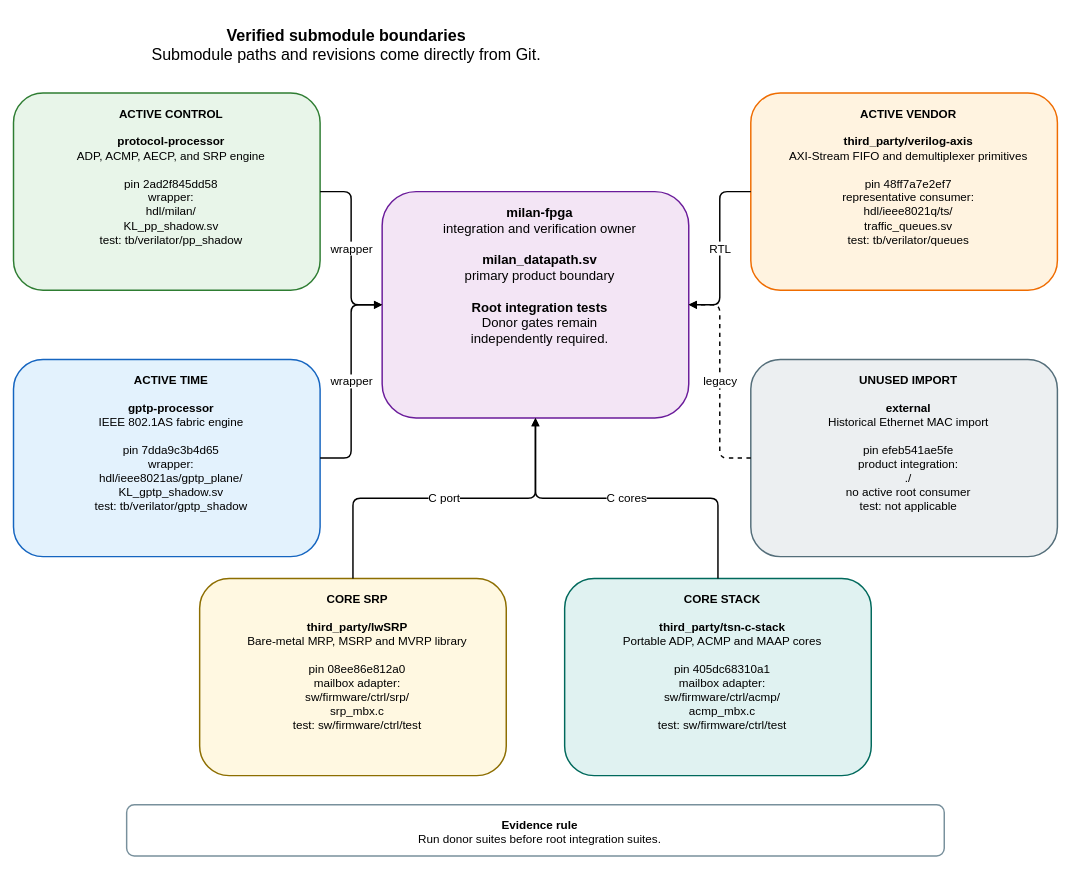
Before: docs/diagrams/submodule_boundaries.drawio in kebag-logic/milan-fpga, a draw.io diagram. Source tidied: cells renumbered, new cells numbered last; positions are measured from the earlier drawing's top-left corner, leaving out a move shared by most shapes. Both pictures are drawn from the tidied source at 73%, with x=0, y=0 at pixel (13, 12).
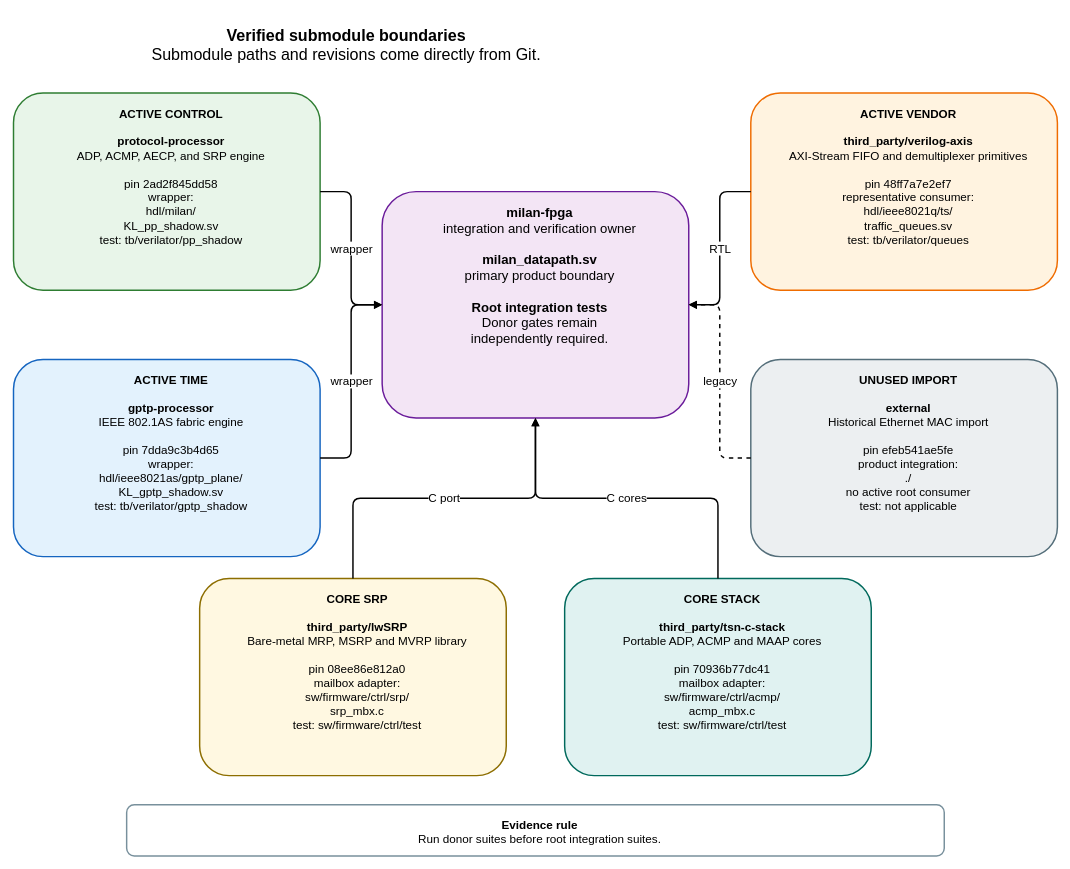
The same diagram, later.

Diff of the diagram source:
```diff
@@
 <mxGraphModel>
   <root>
     <mxCell id="0" />
     <mxCell id="1" parent="0" />
     <mxCell id="2" value="&lt;b&gt;Verified submodule boundaries&lt;/b&gt;&lt;br&gt;Submodule paths and revisions come directly from Git." style="rounded=1;whiteSpace=wrap;html=1;verticalAlign=top;spacingTop=12;spacingLeft=12;fontSize=22;fontFamily=Helvetica;fillColor=none;strokeColor=none;strokeWidth=2;" parent="1" vertex="1">
       <mxGeometry width="900" height="65" as="geometry" />
     </mxCell>
     <mxCell id="3" value="&lt;b&gt;milan-fpga&lt;/b&gt;&lt;br&gt;integration and verification owner&lt;br&gt;&lt;br&gt;&lt;b&gt;milan_datapath.sv&lt;/b&gt;&lt;br&gt;primary product boundary&lt;br&gt;&lt;br&gt;&lt;b&gt;Root integration tests&lt;/b&gt;&lt;br&gt;Donor gates remain&lt;br&gt;independently required." style="rounded=1;whiteSpace=wrap;html=1;verticalAlign=top;spacingTop=12;spacingLeft=12;fontSize=18;fontFamily=Helvetica;fillColor=#F3E5F5;strokeColor=#6A1B9A;strokeWidth=2;" parent="1" vertex="1">
       <mxGeometry x="505" y="245" width="420" height="310" as="geometry" />
     </mxCell>
     <mxCell id="4" value="&lt;b&gt;ACTIVE CONTROL&lt;/b&gt;&lt;br&gt;&lt;br&gt;&lt;b&gt;protocol-processor&lt;/b&gt;&lt;br&gt;ADP, ACMP, AECP, and SRP engine&lt;br&gt;&lt;br&gt;pin 2ad2f845dd58&lt;br&gt;wrapper:&lt;br&gt;hdl/milan/&lt;br&gt;KL_pp_shadow.sv&lt;br&gt;test: tb/verilator/pp_shadow" style="rounded=1;whiteSpace=wrap;html=1;verticalAlign=top;spacingTop=12;spacingLeft=12;fontSize=16;fontFamily=Helvetica;fillColor=#E8F5E9;strokeColor=#2E7D32;strokeWidth=2;" parent="1" vertex="1">
       <mxGeometry y="110" width="420" height="270" as="geometry" />
     </mxCell>
     <mxCell id="5" value="&lt;b&gt;ACTIVE TIME&lt;/b&gt;&lt;br&gt;&lt;br&gt;&lt;b&gt;gptp-processor&lt;/b&gt;&lt;br&gt;IEEE 802.1AS fabric engine&lt;br&gt;&lt;br&gt;pin 7dda9c3b4d65&lt;br&gt;wrapper:&lt;br&gt;hdl/ieee8021as/gptp_plane/&lt;br&gt;KL_gptp_shadow.sv&lt;br&gt;test: tb/verilator/gptp_shadow" style="rounded=1;whiteSpace=wrap;html=1;verticalAlign=top;spacingTop=12;spacingLeft=12;fontSize=16;fontFamily=Helvetica;fillColor=#E3F2FD;strokeColor=#1565C0;strokeWidth=2;" parent="1" vertex="1">
       <mxGeometry y="475" width="420" height="270" as="geometry" />
     </mxCell>
     <mxCell id="6" value="&lt;b&gt;ACTIVE VENDOR&lt;/b&gt;&lt;br&gt;&lt;br&gt;&lt;b&gt;third_party/verilog-axis&lt;/b&gt;&lt;br&gt;AXI-Stream FIFO and demultiplexer primitives&lt;br&gt;&lt;br&gt;pin 48ff7a7e2ef7&lt;br&gt;representative consumer:&lt;br&gt;hdl/ieee8021q/ts/&lt;br&gt;traffic_queues.sv&lt;br&gt;test: tb/verilator/queues" style="rounded=1;whiteSpace=wrap;html=1;verticalAlign=top;spacingTop=12;spacingLeft=12;fontSize=16;fontFamily=Helvetica;fillColor=#FFF3E0;strokeColor=#EF6C00;strokeWidth=2;" parent="1" vertex="1">
       <mxGeometry x="1010" y="110" width="420" height="270" as="geometry" />
     </mxCell>
     <mxCell id="7" value="&lt;b&gt;UNUSED IMPORT&lt;/b&gt;&lt;br&gt;&lt;br&gt;&lt;b&gt;external&lt;/b&gt;&lt;br&gt;Historical Ethernet MAC import&lt;br&gt;&lt;br&gt;pin efeb541ae5fe&lt;br&gt;product integration:&lt;br&gt;./&lt;br&gt;no active root consumer&lt;br&gt;test: not applicable" style="rounded=1;whiteSpace=wrap;html=1;verticalAlign=top;spacingTop=12;spacingLeft=12;fontSize=16;fontFamily=Helvetica;fillColor=#ECEFF1;strokeColor=#546E7A;strokeWidth=2;" parent="1" vertex="1">
       <mxGeometry x="1010" y="475" width="420" height="270" as="geometry" />
     </mxCell>
     <mxCell id="8" value="&lt;b&gt;CORE SRP&lt;/b&gt;&lt;br&gt;&lt;br&gt;&lt;b&gt;third_party/lwSRP&lt;/b&gt;&lt;br&gt;Bare-metal MRP, MSRP and MVRP library&lt;br&gt;&lt;br&gt;pin 08ee86e812a0&lt;br&gt;mailbox adapter:&lt;br&gt;sw/firmware/ctrl/srp/&lt;br&gt;srp_mbx.c&lt;br&gt;test: sw/firmware/ctrl/test" style="rounded=1;whiteSpace=wrap;html=1;verticalAlign=top;spacingTop=12;spacingLeft=12;fontSize=16;fontFamily=Helvetica;fillColor=#FFF8E1;strokeColor=#8D6E00;strokeWidth=2;" parent="1" vertex="1">
       <mxGeometry x="255" y="775" width="420" height="270" as="geometry" />
     </mxCell>
-    <mxCell id="9" value="&lt;b&gt;CORE STACK&lt;/b&gt;&lt;br&gt;&lt;br&gt;&lt;b&gt;third_party/tsn-c-stack&lt;/b&gt;&lt;br&gt;Portable ADP, ACMP and MAAP cores&lt;br&gt;&lt;br&gt;pin 405dc68310a1&lt;br&gt;mailbox adapter:&lt;br&gt;sw/firmware/ctrl/acmp/&lt;br&gt;acmp_mbx.c&lt;br&gt;test: sw/firmware/ctrl/test" style="rounded=1;whiteSpace=wrap;html=1;verticalAlign=top;spacingTop=12;spacingLeft=12;fontSize=16;fontFamily=Helvetica;fillColor=#E0F2F1;strokeColor=#00695C;strokeWidth=2;" parent="1" vertex="1">
+    <mxCell id="9" value="&lt;b&gt;CORE STACK&lt;/b&gt;&lt;br&gt;&lt;br&gt;&lt;b&gt;third_party/tsn-c-stack&lt;/b&gt;&lt;br&gt;Portable ADP, ACMP and MAAP cores&lt;br&gt;&lt;br&gt;pin 70936b77dc41&lt;br&gt;mailbox adapter:&lt;br&gt;sw/firmware/ctrl/acmp/&lt;br&gt;acmp_mbx.c&lt;br&gt;test: sw/firmware/ctrl/test" style="rounded=1;whiteSpace=wrap;html=1;verticalAlign=top;spacingTop=12;spacingLeft=12;fontSize=16;fontFamily=Helvetica;fillColor=#E0F2F1;strokeColor=#00695C;strokeWidth=2;" parent="1" vertex="1">
       <mxGeometry x="755" y="775" width="420" height="270" as="geometry" />
     </mxCell>
     <mxCell id="10" value="wrapper" style="edgeStyle=orthogonalEdgeStyle;rounded=1;jettySize=auto;html=1;endArrow=block;endFill=1;strokeWidth=2;fontSize=16;fontFamily=Helvetica;labelBackgroundColor=#FFFFFF;" parent="1" edge="1" source="4" target="3">
       <mxGeometry relative="1" as="geometry" />
     </mxCell>
     <mxCell id="11" value="wrapper" style="edgeStyle=orthogonalEdgeStyle;rounded=1;jettySize=auto;html=1;endArrow=block;endFill=1;strokeWidth=2;fontSize=16;fontFamily=Helvetica;labelBackgroundColor=#FFFFFF;" parent="1" edge="1" source="5" target="3">
       <mxGeometry relative="1" as="geometry" />
     </mxCell>
     <mxCell id="12" value="RTL" style="edgeStyle=orthogonalEdgeStyle;rounded=1;jettySize=auto;html=1;endArrow=block;endFill=1;strokeWidth=2;fontSize=16;fontFamily=Helvetica;labelBackgroundColor=#FFFFFF;" parent="1" edge="1" source="6" target="3">
       <mxGeometry relative="1" as="geometry" />
     </mxCell>
     <mxCell id="13" value="legacy" style="edgeStyle=orthogonalEdgeStyle;rounded=1;jettySize=auto;html=1;endArrow=block;endFill=1;strokeWidth=2;fontSize=16;fontFamily=Helvetica;labelBackgroundColor=#FFFFFF;dashed=1;" parent="1" edge="1" source="7" target="3">
       <mxGeometry relative="1" as="geometry" />
     </mxCell>
     <mxCell id="14" value="C port" style="edgeStyle=orthogonalEdgeStyle;rounded=1;jettySize=auto;html=1;endArrow=block;endFill=1;strokeWidth=2;fontSize=16;fontFamily=Helvetica;labelBackgroundColor=#FFFFFF;" parent="1" edge="1" source="8" target="3">
       <mxGeometry relative="1" as="geometry" />
     </mxCell>
     <mxCell id="15" value="C cores" style="edgeStyle=orthogonalEdgeStyle;rounded=1;jettySize=auto;html=1;endArrow=block;endFill=1;strokeWidth=2;fontSize=16;fontFamily=Helvetica;labelBackgroundColor=#FFFFFF;" parent="1" edge="1" source="9" target="3">
       <mxGeometry relative="1" as="geometry" />
     </mxCell>
     <mxCell id="16" value="&lt;b&gt;Evidence rule&lt;/b&gt;&lt;br&gt;Run donor suites before root integration suites." style="rounded=1;whiteSpace=wrap;html=1;verticalAlign=top;spacingTop=12;spacingLeft=12;fontSize=16;fontFamily=Helvetica;fillColor=#FFFFFF;strokeColor=#78909C;strokeWidth=2;" parent="1" vertex="1">
       <mxGeometry x="155" y="1085" width="1120" height="70" as="geometry" />
     </mxCell>
   </root>
 </mxGraphModel>
```
